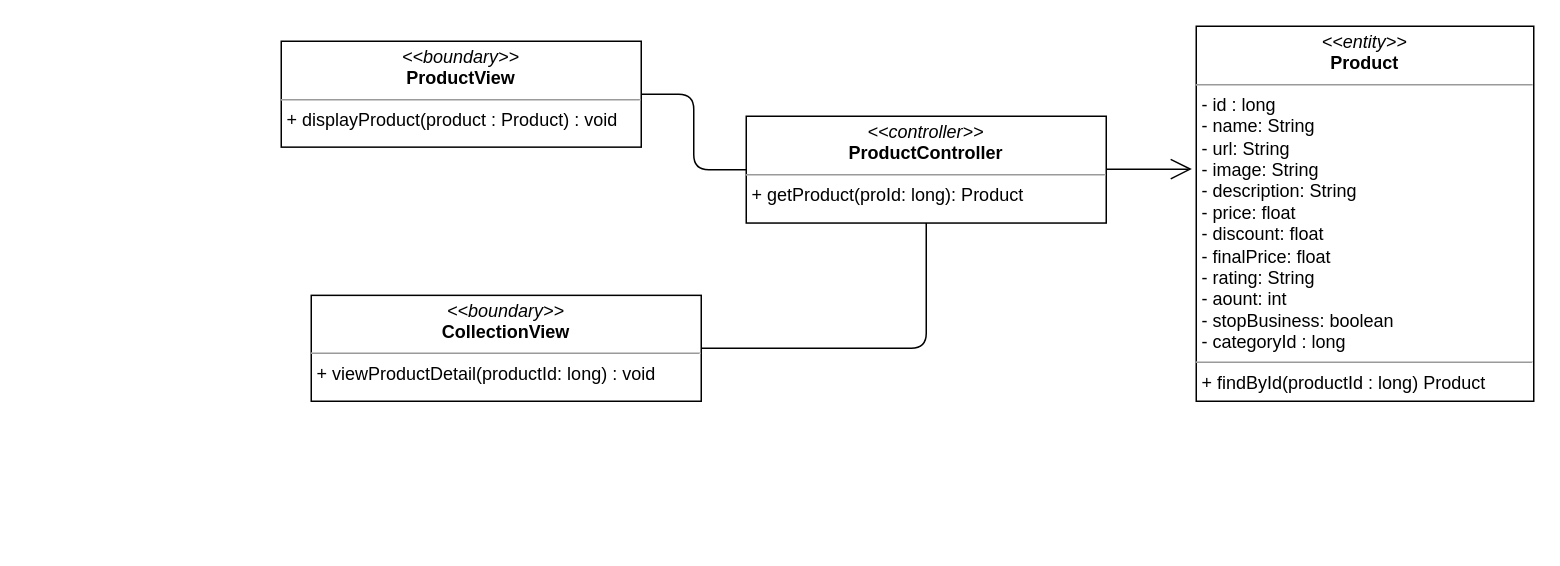
Earlier version of the draw.io diagram class diagram/get-productDetail-class-diagram.drawio (nguyenphamvan/datn_20202). Source tidied: cells renumbered, new cells numbered last; positions are measured from the earlier drawing's top-left corner, leaving out a move shared by most shapes. Both pictures are drawn from the tidied source at 150%, with x=0, y=0 at pixel (280, 26).
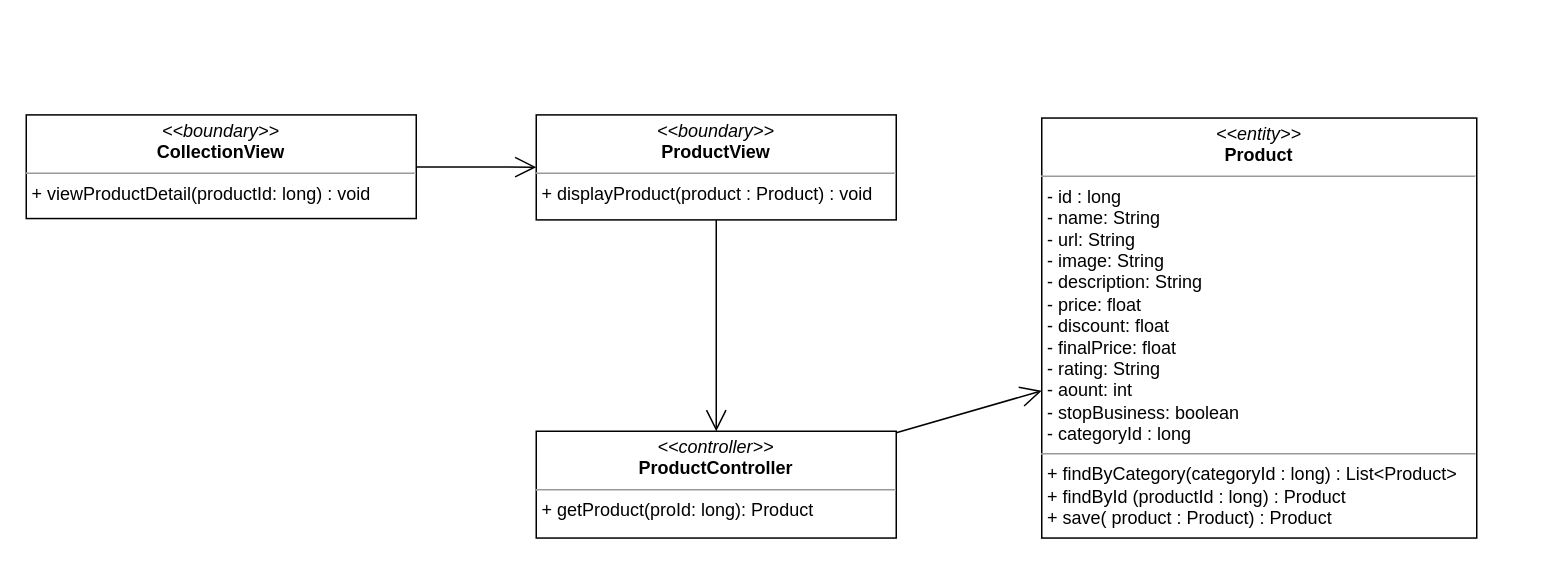
The same page after the edit.

Diff of the diagram source:
```diff
@@
 <mxGraphModel>
   <root>
     <mxCell id="0" />
     <mxCell id="1" parent="0" />
     <mxCell id="2" value="&lt;p style=&quot;margin: 0px ; margin-top: 4px ; text-align: center&quot;&gt;&lt;i&gt;&amp;lt;&amp;lt;boundary&amp;gt;&amp;gt;&lt;/i&gt;&lt;br&gt;&lt;b&gt;ProductView&lt;/b&gt;&lt;/p&gt;&lt;hr size=&quot;1&quot;&gt;&lt;p style=&quot;margin: 0px ; margin-left: 4px&quot;&gt;&lt;span&gt;+ displayProduct(product : Product) : void&lt;/span&gt;&lt;/p&gt;" style="verticalAlign=top;align=left;overflow=fill;fontSize=12;fontFamily=Helvetica;html=1;" parent="1" vertex="1">
-      <mxGeometry y="10" width="240" height="70.6" as="geometry" />
+      <mxGeometry x="170" y="59.1" width="240" height="70" as="geometry" />
     </mxCell>
-    <mxCell id="3" style="endArrow=none;html=1;edgeStyle=orthogonalEdgeStyle;exitX=1;exitY=0.5;exitDx=0;exitDy=0;" parent="1" edge="1" source="2" target="4">
-      <mxGeometry relative="1" as="geometry" />
-    </mxCell>
     <mxCell id="4" value="&lt;p style=&quot;margin: 0px ; margin-top: 4px ; text-align: center&quot;&gt;&lt;i&gt;&amp;lt;&amp;lt;controller&amp;gt;&amp;gt;&lt;/i&gt;&lt;br&gt;&lt;b&gt;ProductController&lt;/b&gt;&lt;/p&gt;&lt;hr size=&quot;1&quot;&gt;&lt;p style=&quot;margin: 0px ; margin-left: 4px&quot;&gt;+ getProduct(proId: long): Product&lt;br&gt;&lt;/p&gt;" style="verticalAlign=top;align=left;overflow=fill;fontSize=12;fontFamily=Helvetica;html=1;" parent="1" vertex="1">
-      <mxGeometry x="310" y="60" width="240" height="71.2" as="geometry" />
+      <mxGeometry x="170" y="270" width="240" height="71.2" as="geometry" />
     </mxCell>
-    <mxCell id="5" value="&lt;p style=&quot;margin: 0px ; margin-top: 4px ; text-align: center&quot;&gt;&lt;i&gt;&amp;lt;&amp;lt;entity&amp;gt;&amp;gt;&lt;/i&gt;&lt;br&gt;&lt;b&gt;Product&lt;/b&gt;&lt;/p&gt;&lt;hr size=&quot;1&quot;&gt;&lt;p style=&quot;margin: 0px ; margin-left: 4px&quot;&gt;- id : long&lt;/p&gt;&lt;p style=&quot;margin: 0px ; margin-left: 4px&quot;&gt;- name: String&lt;br&gt;- url: String&lt;/p&gt;&lt;p style=&quot;margin: 0px ; margin-left: 4px&quot;&gt;- image: String&lt;/p&gt;&lt;p style=&quot;margin: 0px ; margin-left: 4px&quot;&gt;- description: String&lt;/p&gt;&lt;p style=&quot;margin: 0px ; margin-left: 4px&quot;&gt;- price: float&lt;/p&gt;&lt;p style=&quot;margin: 0px ; margin-left: 4px&quot;&gt;- discount: float&lt;/p&gt;&lt;p style=&quot;margin: 0px ; margin-left: 4px&quot;&gt;- finalPrice: float&lt;/p&gt;&lt;p style=&quot;margin: 0px ; margin-left: 4px&quot;&gt;- rating: String&lt;/p&gt;&lt;p style=&quot;margin: 0px ; margin-left: 4px&quot;&gt;- aount: int&lt;/p&gt;&lt;p style=&quot;margin: 0px ; margin-left: 4px&quot;&gt;- stopBusiness: boolean&lt;/p&gt;&lt;p style=&quot;margin: 0px ; margin-left: 4px&quot;&gt;- categoryId : long&lt;/p&gt;&lt;hr size=&quot;1&quot;&gt;&lt;p style=&quot;margin: 0px ; margin-left: 4px&quot;&gt;+ findById(productId : long) Product&lt;/p&gt;" style="verticalAlign=top;align=left;overflow=fill;fontSize=12;fontFamily=Helvetica;html=1;" parent="1" vertex="1">
-      <mxGeometry x="610" width="225" height="250" as="geometry" />
+    <mxCell id="5" value="&lt;p style=&quot;margin: 0px ; margin-top: 4px ; text-align: center&quot;&gt;&lt;i&gt;&amp;lt;&amp;lt;entity&amp;gt;&amp;gt;&lt;/i&gt;&lt;br&gt;&lt;b&gt;Product&lt;/b&gt;&lt;/p&gt;&lt;hr size=&quot;1&quot;&gt;&lt;p style=&quot;margin: 0px ; margin-left: 4px&quot;&gt;- id : long&lt;/p&gt;&lt;p style=&quot;margin: 0px ; margin-left: 4px&quot;&gt;- name: String&lt;br&gt;- url: String&lt;/p&gt;&lt;p style=&quot;margin: 0px ; margin-left: 4px&quot;&gt;- image: String&lt;/p&gt;&lt;p style=&quot;margin: 0px ; margin-left: 4px&quot;&gt;- description: String&lt;/p&gt;&lt;p style=&quot;margin: 0px ; margin-left: 4px&quot;&gt;- price: float&lt;/p&gt;&lt;p style=&quot;margin: 0px ; margin-left: 4px&quot;&gt;- discount: float&lt;/p&gt;&lt;p style=&quot;margin: 0px ; margin-left: 4px&quot;&gt;- finalPrice: float&lt;/p&gt;&lt;p style=&quot;margin: 0px ; margin-left: 4px&quot;&gt;- rating: String&lt;/p&gt;&lt;p style=&quot;margin: 0px ; margin-left: 4px&quot;&gt;- aount: int&lt;/p&gt;&lt;p style=&quot;margin: 0px ; margin-left: 4px&quot;&gt;- stopBusiness: boolean&lt;/p&gt;&lt;p style=&quot;margin: 0px ; margin-left: 4px&quot;&gt;- categoryId : long&lt;/p&gt;&lt;hr size=&quot;1&quot;&gt;&lt;p style=&quot;margin: 0px 0px 0px 4px&quot;&gt;+ findByCategory(categoryId : long) : List&amp;lt;Product&amp;gt;&lt;/p&gt;&lt;p style=&quot;margin: 0px 0px 0px 4px&quot;&gt;+ findById (productId : long) : Product&lt;/p&gt;&lt;p style=&quot;margin: 0px 0px 0px 4px&quot;&gt;+ save( product : Product) : Product&lt;/p&gt;" style="verticalAlign=top;align=left;overflow=fill;fontSize=12;fontFamily=Helvetica;html=1;" parent="1" vertex="1">
+      <mxGeometry x="507" y="61.2" width="290" height="280" as="geometry" />
     </mxCell>
-    <mxCell id="6" style="endArrow=open;endFill=1;endSize=12;html=1;entryX=-0.013;entryY=0.381;entryDx=0;entryDy=0;entryPerimeter=0;" parent="1" edge="1" source="4" target="5">
+    <mxCell id="6" style="endArrow=open;endFill=1;endSize=12;html=1;" parent="1" edge="1" source="4" target="5">
       <mxGeometry relative="1" as="geometry" />
     </mxCell>
     <mxCell id="7" value="&lt;p style=&quot;margin: 0px ; margin-top: 4px ; text-align: center&quot;&gt;&lt;i&gt;&amp;lt;&amp;lt;boundary&amp;gt;&amp;gt;&lt;/i&gt;&lt;br&gt;&lt;b&gt;CollectionView&lt;/b&gt;&lt;/p&gt;&lt;hr size=&quot;1&quot;&gt;&lt;p style=&quot;margin: 0px ; margin-left: 4px&quot;&gt;&lt;span&gt;+ viewProductDetail(productId: long) : void&lt;/span&gt;&lt;/p&gt;" style="verticalAlign=top;align=left;overflow=fill;fontSize=12;fontFamily=Helvetica;html=1;" parent="1" vertex="1">
-      <mxGeometry x="20" y="179.4" width="260" height="70.6" as="geometry" />
+      <mxGeometry x="-170" y="59.1" width="260" height="69.1" as="geometry" />
     </mxCell>
-    <mxCell id="8" style="endArrow=none;html=1;edgeStyle=orthogonalEdgeStyle;" parent="1" edge="1" source="7" target="4">
-      <mxGeometry relative="1" as="geometry" />
-    </mxCell>
+    <mxCell id="9" style="endArrow=open;endFill=1;endSize=12;html=1;" parent="1" edge="1" source="7" target="2">
+      <mxGeometry relative="1" as="geometry" />
+    </mxCell>
+    <mxCell id="3" style="endArrow=open;endFill=1;endSize=12;html=1;" parent="1" edge="1" source="2" target="4">
+      <mxGeometry relative="1" as="geometry" />
+    </mxCell>
   </root>
 </mxGraphModel>
```
